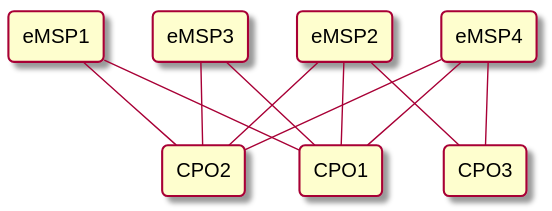
Before: images/architecture_multiple_direct.svg, a diagram exported from PlantUML (ocpi/ocpi). Its source is kept beside it as plantuml/architecture_multiple_direct.plantuml.
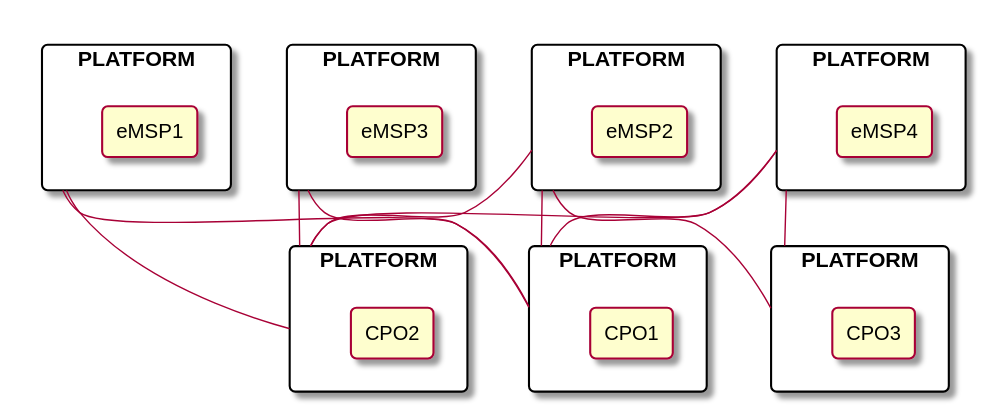
The same file after the commit.

Change to the diagram source:
```diff
@@ -4,22 +4,47 @@
 	roundCorner 8
 }
 
-agent eMSP1
-agent eMSP2
-agent eMSP3
-agent eMSP4
-agent CPO1
-agent CPO2
-agent CPO3
-eMSP1 -- CPO1
-eMSP2 -- CPO2
-eMSP1 -- CPO2
-eMSP2 -- CPO1
-eMSP2 -- CPO3
-eMSP3 -- CPO1
-eMSP3 -- CPO2
-eMSP4 -- CPO1
-eMSP4 -- CPO2
-eMSP4 -- CPO3
+skinparam rectangle {
+	roundCorner 8
+}
+
+rectangle PLATFORM as eMSPP1 {
+  agent eMSP1
+}
+
+rectangle PLATFORM as eMSPP2 {
+  agent eMSP2
+}
+
+rectangle PLATFORM as eMSPP3 {
+  agent eMSP3
+}
+
+rectangle PLATFORM as eMSPP4 {
+  agent eMSP4
+}
+
+rectangle PLATFORM as CPOP1 {
+  agent CPO1
+}
+
+rectangle PLATFORM as CPOP2 {
+  agent CPO2
+}
+
+rectangle PLATFORM as CPOP3 {
+  agent CPO3
+}
+
+eMSPP1 -- CPOP1
+eMSPP2 -- CPOP2
+eMSPP1 -- CPOP2
+eMSPP2 -- CPOP1
+eMSPP2 -- CPOP3
+eMSPP3 -- CPOP1
+eMSPP3 -- CPOP2
+eMSPP4 -- CPOP1
+eMSPP4 -- CPOP2
+eMSPP4 -- CPOP3
 
 @enduml
```
